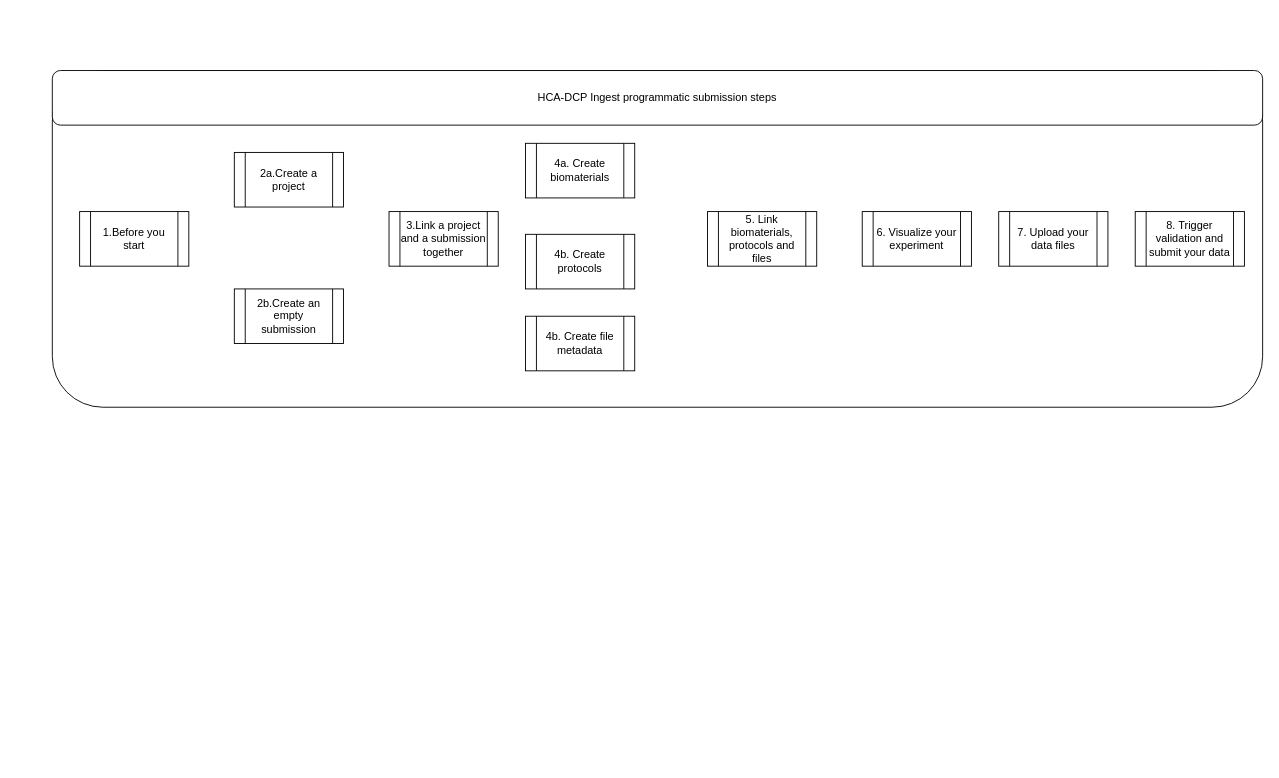
Before: _data/Submission_steps.drawio in ebi-ait/ingest-programmatic-submissions, a draw.io diagram. Source tidied: cells renumbered, new cells numbered last; positions are measured from the earlier drawing's top-left corner, leaving out a move shared by most shapes. Both pictures are drawn from the tidied source at 91%, with x=0, y=0 at pixel (52, 70).
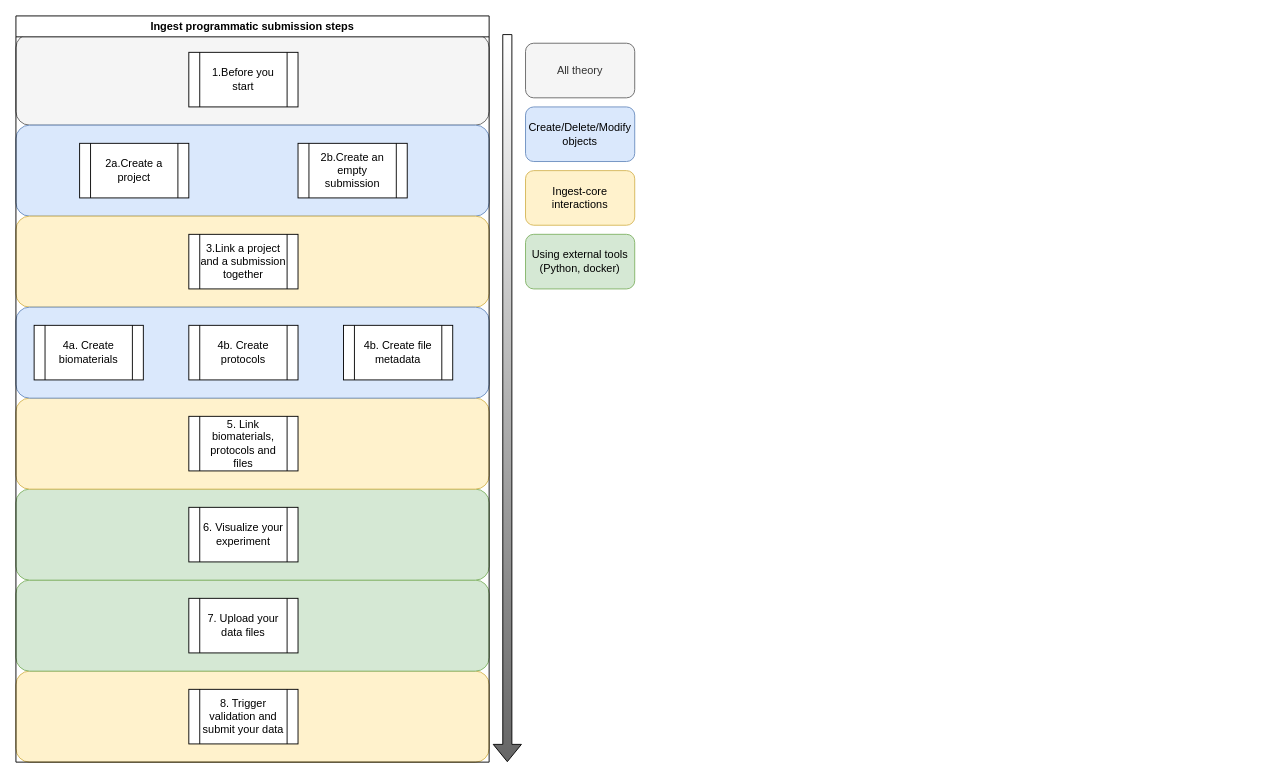
The same diagram, later.

Change to the diagram source:
```diff
@@
-    <mxCell id="2" style="rounded=1;whiteSpace=wrap;html=1;" parent="1" vertex="1">
-      <mxGeometry width="1330" height="370" as="geometry" />
-    </mxCell>
-    <mxCell id="3" value="HCA-DCP Ingest programmatic submission steps" style="rounded=1;whiteSpace=wrap;html=1;" parent="1" vertex="1">
-      <mxGeometry width="1330" height="60" as="geometry" />
-    </mxCell>
+    <mxCell id="15" style="rounded=1;whiteSpace=wrap;html=1;fillColor=#fff2cc;strokeColor=#d6b656;" parent="1" vertex="1">
+      <mxGeometry x="-40" y="660" width="520" height="100" as="geometry" />
+    </mxCell>
+    <mxCell id="16" style="rounded=1;whiteSpace=wrap;html=1;fillColor=#d5e8d4;strokeColor=#82b366;" parent="1" vertex="1">
+      <mxGeometry x="-40" y="560" width="520" height="100" as="geometry" />
+    </mxCell>
+    <mxCell id="17" style="rounded=1;whiteSpace=wrap;html=1;fillColor=#d5e8d4;strokeColor=#82b366;" parent="1" vertex="1">
+      <mxGeometry x="-40" y="460" width="520" height="100" as="geometry" />
+    </mxCell>
+    <mxCell id="18" style="rounded=1;whiteSpace=wrap;html=1;fillColor=#fff2cc;strokeColor=#d6b656;" parent="1" vertex="1">
+      <mxGeometry x="-40" y="360" width="520" height="100" as="geometry" />
+    </mxCell>
+    <mxCell id="19" style="rounded=1;whiteSpace=wrap;html=1;fillColor=#f5f5f5;fontColor=#333333;strokeColor=#666666;" parent="1" vertex="1">
+      <mxGeometry x="-40" y="-40" width="520" height="100" as="geometry" />
+    </mxCell>
+    <mxCell id="20" style="rounded=1;whiteSpace=wrap;html=1;fillColor=#dae8fc;strokeColor=#6c8ebf;" parent="1" vertex="1">
+      <mxGeometry x="-40" y="60" width="520" height="100" as="geometry" />
+    </mxCell>
+    <mxCell id="21" style="rounded=1;whiteSpace=wrap;html=1;fillColor=#fff2cc;strokeColor=#d6b656;" parent="1" vertex="1">
+      <mxGeometry x="-40" y="160" width="520" height="100" as="geometry" />
+    </mxCell>
+    <mxCell id="22" style="rounded=1;whiteSpace=wrap;html=1;fillColor=#dae8fc;strokeColor=#6c8ebf;" parent="1" vertex="1">
+      <mxGeometry x="-40" y="260" width="520" height="100" as="geometry" />
+    </mxCell>
     <mxCell id="4" value="2a.Create a project" style="shape=process;whiteSpace=wrap;html=1;backgroundOutline=1;" parent="1" vertex="1">
-      <mxGeometry x="200" y="90" width="120" height="60" as="geometry" />
+      <mxGeometry x="30" y="80" width="120" height="60" as="geometry" />
     </mxCell>
     <mxCell id="5" value="1.Before you start" style="shape=process;whiteSpace=wrap;html=1;backgroundOutline=1;" parent="1" vertex="1">
-      <mxGeometry x="30" y="155" width="120" height="60" as="geometry" />
+      <mxGeometry x="150" y="-20" width="120" height="60" as="geometry" />
     </mxCell>
     <mxCell id="6" value="2b.Create an empty submission" style="shape=process;whiteSpace=wrap;html=1;backgroundOutline=1;" parent="1" vertex="1">
-      <mxGeometry x="200" y="240" width="120" height="60" as="geometry" />
+      <mxGeometry x="270" y="80" width="120" height="60" as="geometry" />
     </mxCell>
     <mxCell id="7" value="3.Link a project and a submission together" style="shape=process;whiteSpace=wrap;html=1;backgroundOutline=1;" parent="1" vertex="1">
-      <mxGeometry x="370" y="155" width="120" height="60" as="geometry" />
+      <mxGeometry x="150" y="180" width="120" height="60" as="geometry" />
     </mxCell>
     <mxCell id="8" value="4a. Create biomaterials" style="shape=process;whiteSpace=wrap;html=1;backgroundOutline=1;" parent="1" vertex="1">
-      <mxGeometry x="520" y="80" width="120" height="60" as="geometry" />
+      <mxGeometry x="-20" y="280" width="120" height="60" as="geometry" />
     </mxCell>
     <mxCell id="9" value="4b. Create protocols" style="shape=process;whiteSpace=wrap;html=1;backgroundOutline=1;" parent="1" vertex="1">
-      <mxGeometry x="520" y="180" width="120" height="60" as="geometry" />
+      <mxGeometry x="150" y="280" width="120" height="60" as="geometry" />
     </mxCell>
     <mxCell id="10" value="4b. Create file metadata" style="shape=process;whiteSpace=wrap;html=1;backgroundOutline=1;" parent="1" vertex="1">
-      <mxGeometry x="520" y="270" width="120" height="60" as="geometry" />
+      <mxGeometry x="320" y="280" width="120" height="60" as="geometry" />
     </mxCell>
     <mxCell id="11" value="5. Link biomaterials, protocols and files" style="shape=process;whiteSpace=wrap;html=1;backgroundOutline=1;" parent="1" vertex="1">
-      <mxGeometry x="720" y="155" width="120" height="60" as="geometry" />
+      <mxGeometry x="150" y="380" width="120" height="60" as="geometry" />
     </mxCell>
     <mxCell id="12" value="6. Visualize your experiment" style="shape=process;whiteSpace=wrap;html=1;backgroundOutline=1;" parent="1" vertex="1">
-      <mxGeometry x="890" y="155" width="120" height="60" as="geometry" />
+      <mxGeometry x="150" y="480" width="120" height="60" as="geometry" />
     </mxCell>
     <mxCell id="13" value="7. Upload your data files" style="shape=process;whiteSpace=wrap;html=1;backgroundOutline=1;" parent="1" vertex="1">
-      <mxGeometry x="1040" y="155" width="120" height="60" as="geometry" />
+      <mxGeometry x="150" y="580" width="120" height="60" as="geometry" />
     </mxCell>
     <mxCell id="14" value="8. Trigger validation and submit your data" style="shape=process;whiteSpace=wrap;html=1;backgroundOutline=1;" parent="1" vertex="1">
-      <mxGeometry x="1190" y="155" width="120" height="60" as="geometry" />
+      <mxGeometry x="150" y="680" width="120" height="60" as="geometry" />
     </mxCell>
+    <mxCell id="23" style="shape=flexArrow;endArrow=classic;html=1;rounded=0;fillColor=default;gradientColor=#666666;" parent="1" edge="1">
+      <mxGeometry relative="1" as="geometry">
+        <mxPoint x="500" y="-40" as="sourcePoint" />
+        <mxPoint x="500" y="760" as="targetPoint" />
+      </mxGeometry>
+    </mxCell>
+    <mxCell id="24" value="All theory" style="rounded=1;whiteSpace=wrap;html=1;fillColor=#f5f5f5;fontColor=#333333;strokeColor=#666666;" parent="1" vertex="1">
+      <mxGeometry x="520" y="-30" width="120" height="60" as="geometry" />
+    </mxCell>
+    <mxCell id="25" value="Create/Delete/Modify objects" style="rounded=1;whiteSpace=wrap;html=1;fillColor=#dae8fc;strokeColor=#6c8ebf;" parent="1" vertex="1">
+      <mxGeometry x="520" y="40" width="120" height="60" as="geometry" />
+    </mxCell>
+    <mxCell id="26" value="Ingest-core interactions" style="rounded=1;whiteSpace=wrap;html=1;fillColor=#fff2cc;strokeColor=#d6b656;" parent="1" vertex="1">
+      <mxGeometry x="520" y="110" width="120" height="60" as="geometry" />
+    </mxCell>
+    <mxCell id="27" value="Using external tools (Python, docker)" style="rounded=1;whiteSpace=wrap;html=1;fillColor=#d5e8d4;strokeColor=#82b366;" parent="1" vertex="1">
+      <mxGeometry x="520" y="180" width="120" height="60" as="geometry" />
+    </mxCell>
+    <mxCell id="28" value="Ingest programmatic submission steps" style="swimlane;whiteSpace=wrap;html=1;fillColor=default;gradientColor=none;" parent="1" vertex="1">
+      <mxGeometry x="-40" y="-60" width="520" height="820" as="geometry" />
+    </mxCell>
```
